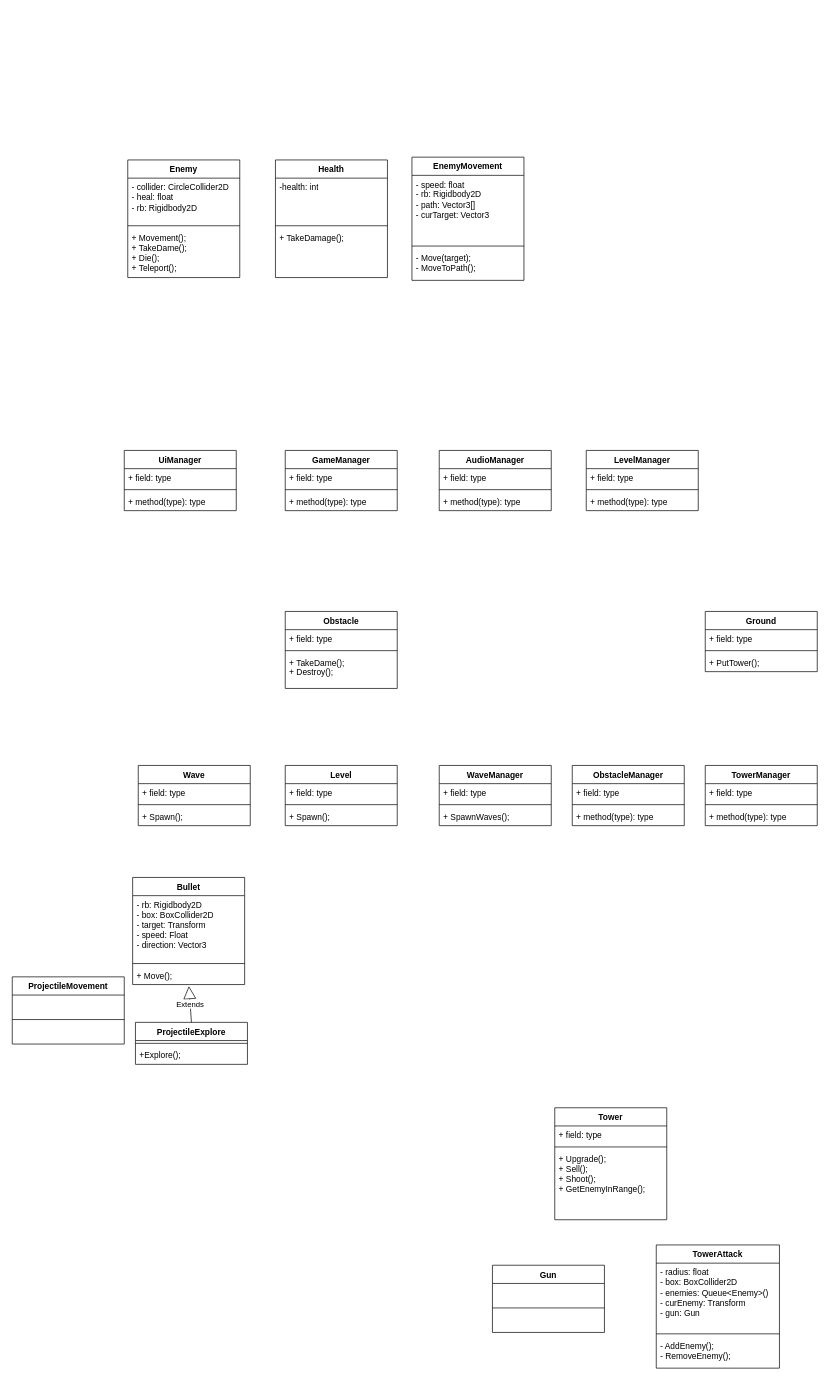
The draw.io diagram BaoCao/Diagram/ClassDiagram.drawio in nguyenvanphuong8522/DoAnTotNghiep, before the edit. Source tidied: cells renumbered, new cells numbered last; positions are measured from the earlier drawing's top-left corner, leaving out a move shared by most shapes. Both pictures are drawn from the tidied source at 70%, with x=0, y=0 at pixel (12, 157).
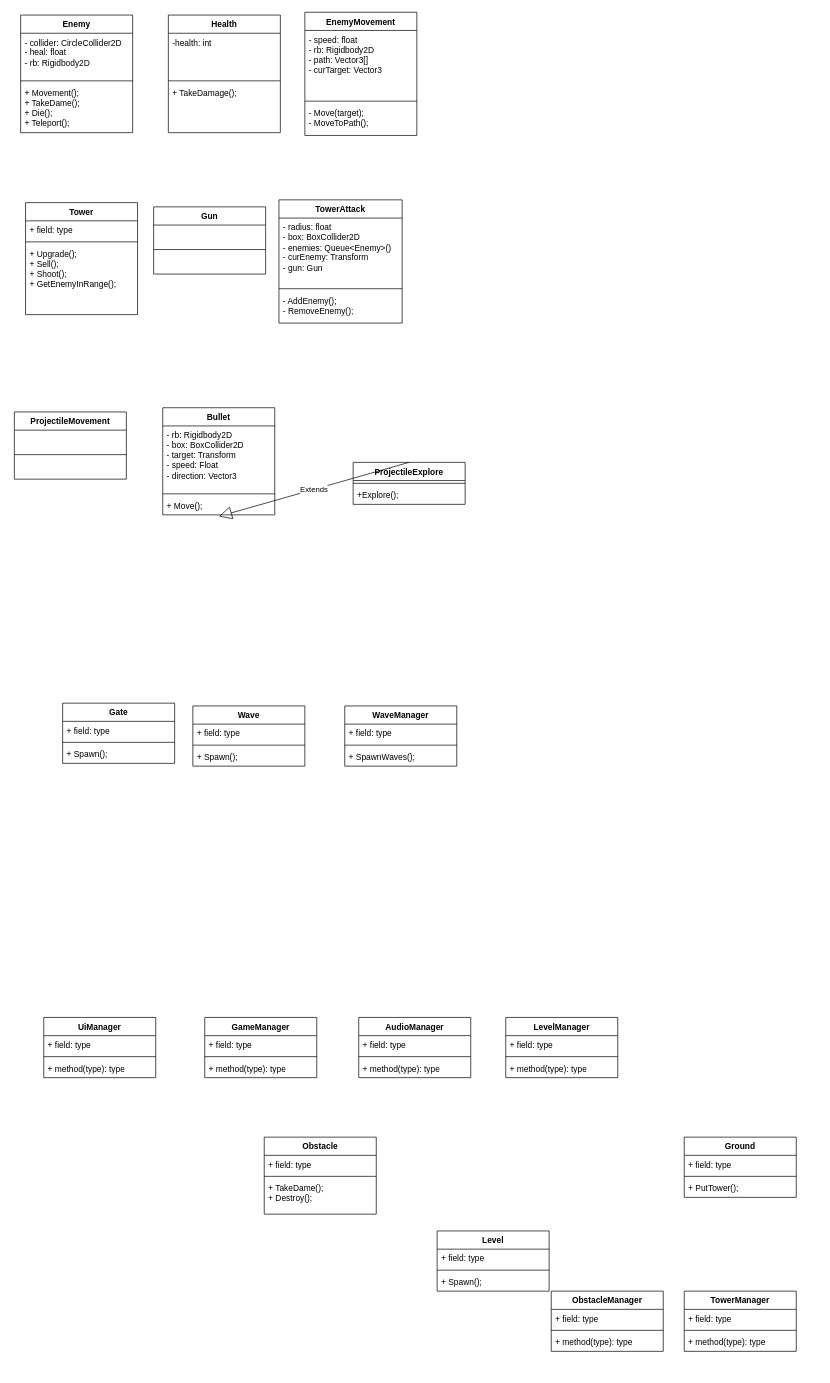
The same diagram, later.

Diff of the diagram source:
```diff
@@
     <mxCell id="2" value="Tower" style="swimlane;fontStyle=1;align=center;verticalAlign=top;horizontal=1;startSize=26;whiteSpace=wrap;html=1;" parent="1" vertex="1">
-      <mxGeometry x="775" y="1358" width="160" height="160" as="geometry" />
+      <mxGeometry x="19" y="65" width="160" height="160" as="geometry" />
     </mxCell>
@@
     <mxCell id="6" value="Obstacle" style="swimlane;fontStyle=1;align=center;verticalAlign=top;horizontal=1;startSize=26;whiteSpace=wrap;html=1;" parent="1" vertex="1">
-      <mxGeometry x="390" y="649" width="160" height="110" as="geometry" />
+      <mxGeometry x="360" y="1400" width="160" height="110" as="geometry" />
     </mxCell>
@@
     <mxCell id="10" value="AudioManager" style="swimlane;fontStyle=1;align=center;verticalAlign=top;horizontal=1;startSize=26;whiteSpace=wrap;html=1;" parent="1" vertex="1">
-      <mxGeometry x="610" y="419" width="160" height="86" as="geometry" />
+      <mxGeometry x="495" y="1229" width="160" height="86" as="geometry" />
     </mxCell>
@@
     <mxCell id="14" value="UiManager" style="swimlane;fontStyle=1;align=center;verticalAlign=top;horizontal=1;startSize=26;whiteSpace=wrap;html=1;" parent="1" vertex="1">
-      <mxGeometry x="160" y="419" width="160" height="86" as="geometry" />
+      <mxGeometry x="45" y="1229" width="160" height="86" as="geometry" />
     </mxCell>
@@
     <mxCell id="18" value="GameManager" style="swimlane;fontStyle=1;align=center;verticalAlign=top;horizontal=1;startSize=26;whiteSpace=wrap;html=1;" parent="1" vertex="1">
-      <mxGeometry x="390" y="419" width="160" height="86" as="geometry" />
+      <mxGeometry x="275" y="1229" width="160" height="86" as="geometry" />
     </mxCell>
@@
     <mxCell id="22" value="Enemy" style="swimlane;fontStyle=1;align=center;verticalAlign=top;horizontal=1;startSize=26;whiteSpace=wrap;html=1;" parent="1" vertex="1">
-      <mxGeometry x="165" y="4" width="160" height="168" as="geometry" />
+      <mxGeometry x="12" y="-203" width="160" height="168" as="geometry" />
     </mxCell>
@@
     <mxCell id="26" value="LevelManager" style="swimlane;fontStyle=1;align=center;verticalAlign=top;horizontal=1;startSize=26;whiteSpace=wrap;html=1;" parent="1" vertex="1">
-      <mxGeometry x="820" y="419" width="160" height="86" as="geometry" />
+      <mxGeometry x="705" y="1229" width="160" height="86" as="geometry" />
     </mxCell>
@@
     <mxCell id="30" value="Bullet" style="swimlane;fontStyle=1;align=center;verticalAlign=top;horizontal=1;startSize=26;whiteSpace=wrap;html=1;fillColor=default;strokeColor=default;swimlaneLine=1;rounded=0;" parent="1" vertex="1">
-      <mxGeometry x="172" y="1029" width="160" height="153" as="geometry" />
+      <mxGeometry x="215" y="358" width="160" height="153" as="geometry" />
     </mxCell>
@@
     <mxCell id="34" value="TowerManager" style="swimlane;fontStyle=1;align=center;verticalAlign=top;horizontal=1;startSize=26;whiteSpace=wrap;html=1;" parent="1" vertex="1">
-      <mxGeometry x="990" y="869" width="160" height="86" as="geometry" />
+      <mxGeometry x="960" y="1620" width="160" height="86" as="geometry" />
     </mxCell>
@@
     <mxCell id="38" value="ObstacleManager" style="swimlane;fontStyle=1;align=center;verticalAlign=top;horizontal=1;startSize=26;whiteSpace=wrap;html=1;" parent="1" vertex="1">
-      <mxGeometry x="800" y="869" width="160" height="86" as="geometry" />
+      <mxGeometry x="770" y="1620" width="160" height="86" as="geometry" />
     </mxCell>
@@
     <mxCell id="42" value="Wave" style="swimlane;fontStyle=1;align=center;verticalAlign=top;horizontal=1;startSize=26;whiteSpace=wrap;html=1;" parent="1" vertex="1">
-      <mxGeometry x="180" y="869" width="160" height="86" as="geometry" />
+      <mxGeometry x="258" y="784" width="160" height="86" as="geometry" />
     </mxCell>
@@
     <mxCell id="46" value="WaveManager" style="swimlane;fontStyle=1;align=center;verticalAlign=top;horizontal=1;startSize=26;whiteSpace=wrap;html=1;" parent="1" vertex="1">
-      <mxGeometry x="610" y="869" width="160" height="86" as="geometry" />
+      <mxGeometry x="475" y="784" width="160" height="86" as="geometry" />
     </mxCell>
@@
     <mxCell id="50" value="Ground" style="swimlane;fontStyle=1;align=center;verticalAlign=top;horizontal=1;startSize=26;whiteSpace=wrap;html=1;" parent="1" vertex="1">
-      <mxGeometry x="990" y="649" width="160" height="86" as="geometry" />
+      <mxGeometry x="960" y="1400" width="160" height="86" as="geometry" />
     </mxCell>
@@
     <mxCell id="54" value="Level" style="swimlane;fontStyle=1;align=center;verticalAlign=top;horizontal=1;startSize=26;whiteSpace=wrap;html=1;" parent="1" vertex="1">
-      <mxGeometry x="390" y="869" width="160" height="86" as="geometry" />
+      <mxGeometry x="607" y="1534" width="160" height="86" as="geometry" />
     </mxCell>
@@
     <mxCell id="58" value="ProjectileExplore" style="swimlane;fontStyle=1;align=center;verticalAlign=top;horizontal=1;startSize=26;whiteSpace=wrap;html=1;fillColor=default;strokeColor=default;swimlaneLine=1;rounded=0;" parent="1" vertex="1">
-      <mxGeometry x="176" y="1236" width="160" height="60" as="geometry" />
+      <mxGeometry x="487" y="436" width="160" height="60" as="geometry" />
     </mxCell>
@@
     <mxCell id="62" value="TowerAttack" style="swimlane;fontStyle=1;align=center;verticalAlign=top;horizontal=1;startSize=26;whiteSpace=wrap;html=1;" parent="1" vertex="1">
-      <mxGeometry x="920" y="1554" width="176" height="176" as="geometry" />
+      <mxGeometry x="381" y="61" width="176" height="176" as="geometry" />
     </mxCell>
@@
     <mxCell id="66" value="EnemyMovement" style="swimlane;fontStyle=1;align=center;verticalAlign=top;horizontal=1;startSize=26;whiteSpace=wrap;html=1;" parent="1" vertex="1">
-      <mxGeometry x="571" width="160" height="176" as="geometry" />
+      <mxGeometry x="418" y="-207" width="160" height="176" as="geometry" />
     </mxCell>
@@
     <mxCell id="70" value="Gun" style="swimlane;fontStyle=1;align=center;verticalAlign=top;horizontal=1;startSize=26;whiteSpace=wrap;html=1;" parent="1" vertex="1">
-      <mxGeometry x="686" y="1583" width="160" height="96" as="geometry" />
+      <mxGeometry x="202" y="71" width="160" height="96" as="geometry" />
     </mxCell>
@@
     <mxCell id="72" value="ProjectileMovement" style="swimlane;fontStyle=1;align=center;verticalAlign=top;horizontal=1;startSize=26;whiteSpace=wrap;html=1;" parent="1" vertex="1">
-      <mxGeometry y="1171" width="160" height="96" as="geometry" />
+      <mxGeometry x="3" y="364" width="160" height="96" as="geometry" />
     </mxCell>
@@
     <mxCell id="74" value="Health" style="swimlane;fontStyle=1;align=center;verticalAlign=top;horizontal=1;startSize=26;whiteSpace=wrap;html=1;" parent="1" vertex="1">
-      <mxGeometry x="376" y="4" width="160" height="168" as="geometry" />
+      <mxGeometry x="223" y="-203" width="160" height="168" as="geometry" />
     </mxCell>
@@
+    <mxCell id="78" value="Gate" style="swimlane;fontStyle=1;align=center;verticalAlign=top;horizontal=1;startSize=26;whiteSpace=wrap;html=1;" parent="1" vertex="1">
+      <mxGeometry x="72" y="780" width="160" height="86" as="geometry" />
+    </mxCell>
+    <mxCell id="79" value="+ field: type" style="text;strokeColor=none;fillColor=none;align=left;verticalAlign=top;spacingLeft=4;spacingRight=4;overflow=hidden;whiteSpace=wrap;html=1;" parent="78" vertex="1">
+      <mxGeometry y="26" width="160" height="26" as="geometry" />
+    </mxCell>
+    <mxCell id="80" style="line;strokeWidth=1;fillColor=none;align=left;verticalAlign=middle;spacingTop=-1;spacingLeft=3;spacingRight=3;labelPosition=right;strokeColor=inherit;" parent="78" vertex="1">
+      <mxGeometry y="52" width="160" height="8" as="geometry" />
+    </mxCell>
+    <mxCell id="81" value="+ Spawn();" style="text;strokeColor=none;fillColor=none;align=left;verticalAlign=top;spacingLeft=4;spacingRight=4;overflow=hidden;whiteSpace=wrap;html=1;" parent="78" vertex="1">
+      <mxGeometry y="60" width="160" height="26" as="geometry" />
+    </mxCell>
```
